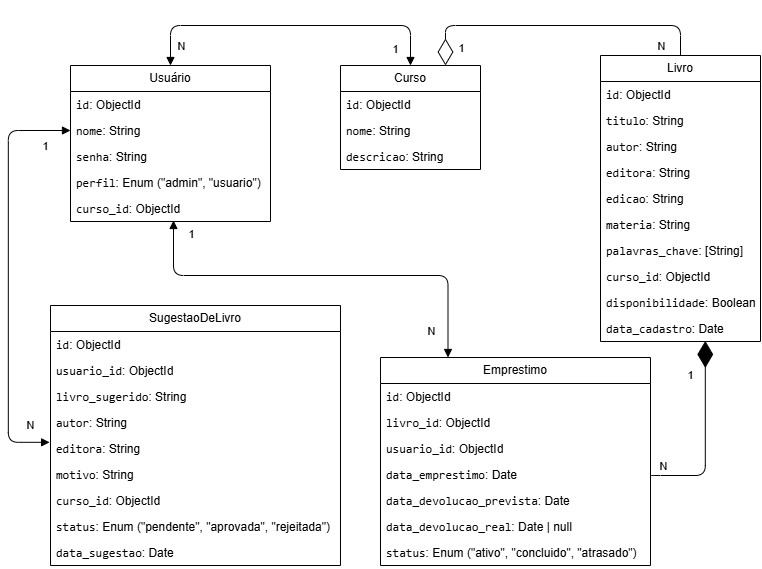
Earlier version of the draw.io export docs/NoAM.png (FatecFranca/DSM-P3-G06-2025-2). Source tidied: cells renumbered, new cells last; positions are measured from the earlier drawing's top-left corner, leaving out a move shared by most shapes.
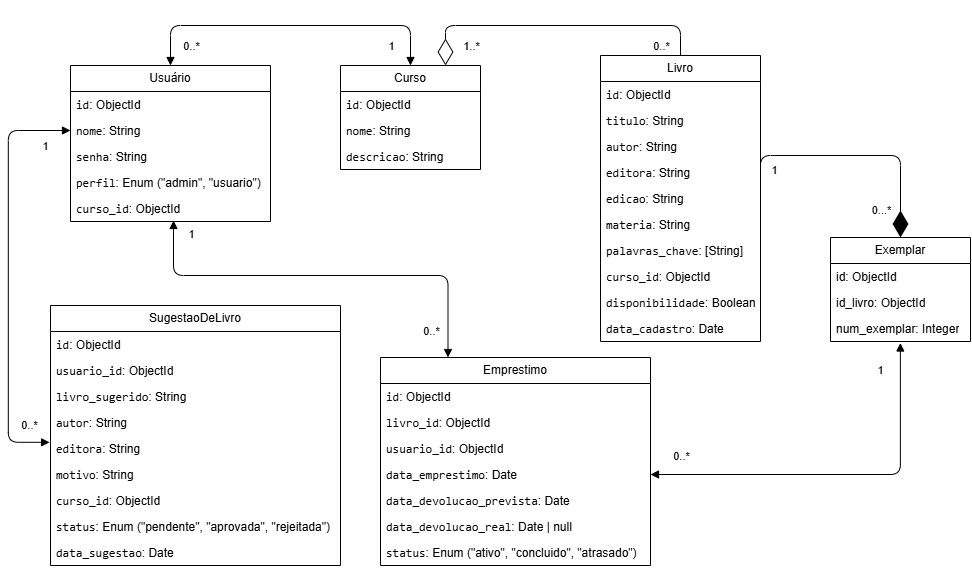
Later version of the same file.

What changed in the source:
```diff
@@ -126,14 +126,14 @@
         </Array>
       </mxGeometry>
     </mxCell>
-    <mxCell id="42" value="N" style="edgeLabel;html=1;align=center;verticalAlign=middle;" parent="41" vertex="1">
+    <mxCell id="42" value="0..*" style="edgeLabel;html=1;align=center;verticalAlign=middle;" parent="41" vertex="1">
       <mxGeometry x="-0.88" relative="1" as="geometry">
-        <mxPoint x="10" as="offset" />
+        <mxPoint x="20" as="offset" />
       </mxGeometry>
     </mxCell>
     <mxCell id="43" value="1" style="edgeLabel;html=1;align=center;verticalAlign=middle;" parent="41" vertex="1">
       <mxGeometry x="0.87" y="2" relative="1" as="geometry">
-        <mxPoint x="-18" y="4" as="offset" />
+        <mxPoint x="-22" y="1" as="offset" />
       </mxGeometry>
     </mxCell>
     <mxCell id="44" style="endArrow=diamondThin;endFill=0;endSize=24;html=1;exitX=0.5;exitY=0;exitDx=0;exitDy=0;entryX=0.75;entryY=0;entryDx=0;entryDy=0;edgeStyle=elbowEdgeStyle;elbow=vertical;" parent="1" edge="1" source="12" target="8">
@@ -143,12 +143,12 @@
         </Array>
       </mxGeometry>
     </mxCell>
-    <mxCell id="45" value="1" style="edgeLabel;html=1;align=center;verticalAlign=middle;" parent="44" vertex="1">
+    <mxCell id="45" value="1..*" style="edgeLabel;html=1;align=center;verticalAlign=middle;" parent="44" vertex="1">
       <mxGeometry x="0.8" y="3" relative="1" as="geometry">
-        <mxPoint x="12" y="12" as="offset" />
+        <mxPoint x="22" y="10" as="offset" />
       </mxGeometry>
     </mxCell>
-    <mxCell id="46" value="N" style="edgeLabel;html=1;align=center;verticalAlign=middle;" parent="44" vertex="1">
+    <mxCell id="46" value="0..*" style="edgeLabel;html=1;align=center;verticalAlign=middle;" parent="44" vertex="1">
       <mxGeometry x="-0.87" y="2" relative="1" as="geometry">
         <mxPoint x="-18" y="9" as="offset" />
       </mxGeometry>
@@ -165,11 +165,11 @@
         <mxPoint x="1" y="16" as="offset" />
       </mxGeometry>
     </mxCell>
-    <mxCell id="49" value="N" style="edgeLabel;html=1;align=center;verticalAlign=middle;" parent="47" vertex="1">
-      <mxGeometry x="0.9" y="1" relative="1" as="geometry">
-        <mxPoint x="2" y="-16" as="offset" />
-      </mxGeometry>
-    </mxCell>
+    <mxCell id="56" value="0..*" style="edgeLabel;html=1;align=center;verticalAlign=middle;" parent="47" vertex="1">
+      <mxGeometry x="0.9" relative="1" as="geometry">
+        <mxPoint y="-17" as="offset" />
+      </mxGeometry>
+    </mxCell>
     <mxCell id="50" style="endArrow=block;startArrow=block;endFill=1;startFill=1;html=1;exitX=0.515;exitY=0.962;exitDx=0;exitDy=0;entryX=0.25;entryY=0;entryDx=0;entryDy=0;edgeStyle=elbowEdgeStyle;elbow=vertical;exitPerimeter=0;" parent="1" edge="1" source="7" target="33">
       <mxGeometry relative="1" as="geometry">
         <Array as="points">
@@ -182,27 +182,56 @@
         <mxPoint x="14" as="offset" />
       </mxGeometry>
     </mxCell>
-    <mxCell id="52" value="N" style="edgeLabel;html=1;align=center;verticalAlign=middle;" parent="50" vertex="1">
+    <mxCell id="52" value="0..*" style="edgeLabel;html=1;align=center;verticalAlign=middle;" parent="50" vertex="1">
       <mxGeometry x="0.87" y="-1" relative="1" as="geometry">
         <mxPoint x="-16" as="offset" />
       </mxGeometry>
     </mxCell>
-    <mxCell id="53" style="endArrow=diamondThin;endFill=1;endSize=24;html=1;entryX=0.655;entryY=0.978;entryDx=0;entryDy=0;entryPerimeter=0;exitX=1;exitY=0.5;exitDx=0;exitDy=0;edgeStyle=elbowEdgeStyle;elbow=vertical;" parent="1" edge="1" source="37" target="22">
-      <mxGeometry relative="1" as="geometry">
-        <Array as="points">
-          <mxPoint x="742" y="450" />
-        </Array>
-      </mxGeometry>
-    </mxCell>
-    <mxCell id="54" value="1" style="edgeLabel;html=1;align=center;verticalAlign=middle;" parent="53" vertex="1">
-      <mxGeometry x="0.67" y="4" relative="1" as="geometry">
-        <mxPoint x="-11" y="3" as="offset" />
-      </mxGeometry>
-    </mxCell>
-    <mxCell id="55" value="N" style="edgeLabel;html=1;align=center;verticalAlign=middle;" parent="53" vertex="1">
-      <mxGeometry x="-0.87" y="-1" relative="1" as="geometry">
-        <mxPoint x="1" y="-11" as="offset" />
-      </mxGeometry>
-    </mxCell>
+    <mxCell id="57" value="Exemplar" style="swimlane;fontStyle=0;horizontal=1;startSize=26;fillColor=none;whiteSpace=wrap;html=1;" parent="1" vertex="1">
+      <mxGeometry x="822" y="212" width="140" height="104" as="geometry" />
+    </mxCell>
+    <mxCell id="58" value="id: ObjectId" style="text;strokeColor=none;fillColor=none;align=left;verticalAlign=top;spacingLeft=4;spacingRight=4;overflow=hidden;whiteSpace=wrap;html=1;" parent="57" vertex="1">
+      <mxGeometry y="26" width="140" height="26" as="geometry" />
+    </mxCell>
+    <mxCell id="59" value="id_livro: ObjectId" style="text;strokeColor=none;fillColor=none;align=left;verticalAlign=top;spacingLeft=4;spacingRight=4;overflow=hidden;whiteSpace=wrap;html=1;" parent="57" vertex="1">
+      <mxGeometry y="52" width="140" height="26" as="geometry" />
+    </mxCell>
+    <mxCell id="60" value="num_exemplar: Integer" style="text;strokeColor=none;fillColor=none;align=left;verticalAlign=top;spacingLeft=4;spacingRight=4;overflow=hidden;points=[[0,0.5],[1,0.5]];portConstraint=eastwest;whiteSpace=wrap;html=1;" parent="57" vertex="1">
+      <mxGeometry y="78" width="140" height="26" as="geometry" />
+    </mxCell>
+    <mxCell id="61" style="endArrow=diamondThin;endFill=1;endSize=24;html=1;edgeStyle=elbowEdgeStyle;elbow=vertical;entryX=0.5;entryY=0;entryDx=0;entryDy=0;exitX=1;exitY=0.5;exitDx=0;exitDy=0;" parent="1" edge="1" source="17" target="57">
+      <mxGeometry relative="1" as="geometry">
+        <Array as="points">
+          <mxPoint x="872" y="130" />
+        </Array>
+      </mxGeometry>
+    </mxCell>
+    <mxCell id="62" value="1" style="edgeLabel;html=1;align=center;verticalAlign=middle;" parent="61" vertex="1">
+      <mxGeometry x="-0.65" y="-3" relative="1" as="geometry">
+        <mxPoint x="10" y="11" as="offset" />
+      </mxGeometry>
+    </mxCell>
+    <mxCell id="63" value="0...*" style="edgeLabel;html=1;align=center;verticalAlign=middle;" parent="61" vertex="1">
+      <mxGeometry x="0.79" y="-2" relative="1" as="geometry">
+        <mxPoint x="-18" as="offset" />
+      </mxGeometry>
+    </mxCell>
+    <mxCell id="64" style="endArrow=block;startArrow=block;endFill=1;startFill=1;html=1;edgeStyle=elbowEdgeStyle;elbow=vertical;entryX=0.499;entryY=1.059;entryDx=0;entryDy=0;entryPerimeter=0;exitX=1;exitY=0.5;exitDx=0;exitDy=0;" parent="1" edge="1" source="37" target="60">
+      <mxGeometry relative="1" as="geometry">
+        <Array as="points">
+          <mxPoint x="762" y="449" />
+        </Array>
+      </mxGeometry>
+    </mxCell>
+    <mxCell id="65" value="1" style="edgeLabel;html=1;align=center;verticalAlign=middle;" parent="64" vertex="1">
+      <mxGeometry x="0.86" y="1" relative="1" as="geometry">
+        <mxPoint x="-19" y="1" as="offset" />
+      </mxGeometry>
+    </mxCell>
+    <mxCell id="66" value="0..*" style="edgeLabel;html=1;align=center;verticalAlign=middle;" parent="64" vertex="1">
+      <mxGeometry x="-0.84" y="-1" relative="1" as="geometry">
+        <mxPoint y="-20" as="offset" />
+      </mxGeometry>
+    </mxCell>
   </root>
 </mxGraphModel>
```
